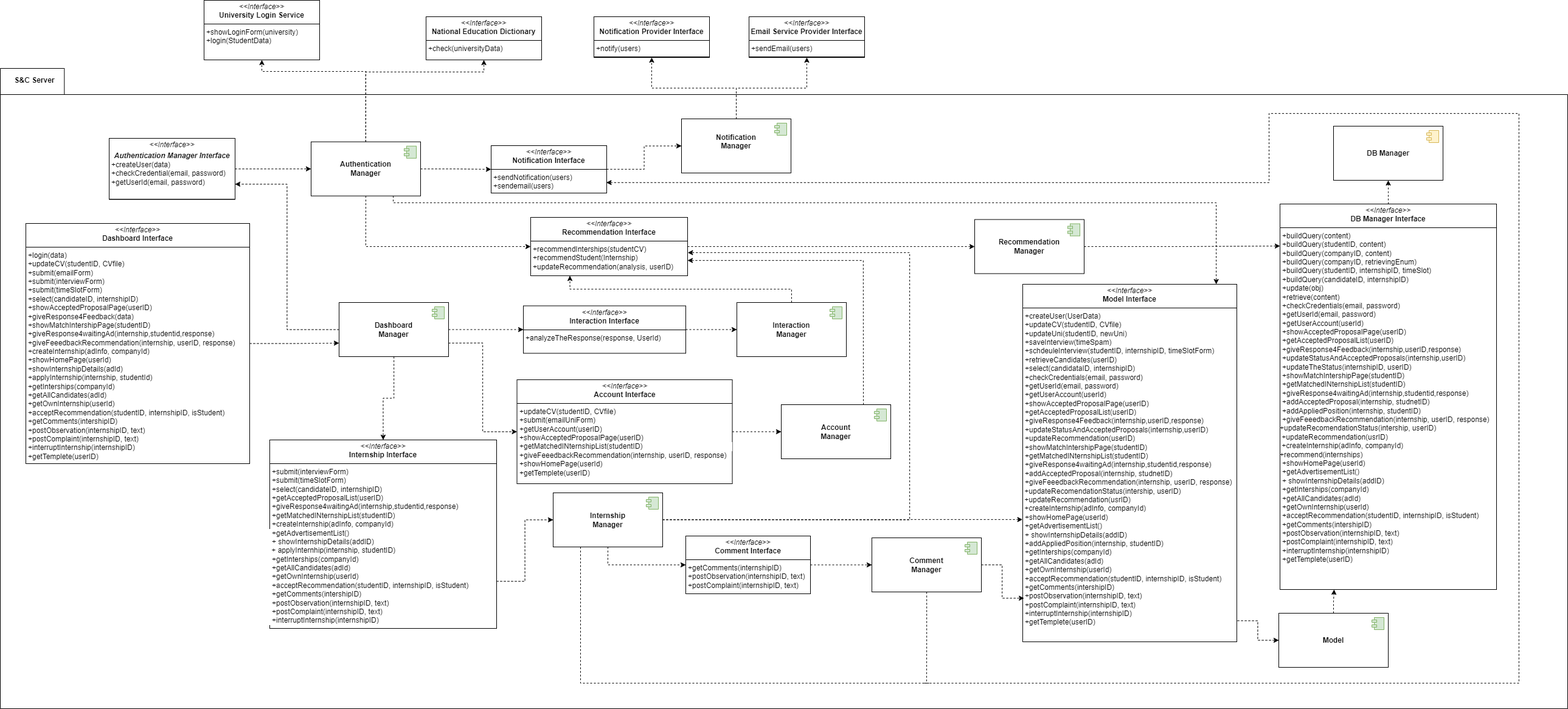
Above: DD_figures/ComponentInterfaces.drawio.png in alesalv0/RattiSalvatoreYalcin (draw.io), before the change. Source tidied: cells renumbered, new cells last; positions are measured from the earlier drawing's top-left corner, leaving out a move shared by most shapes.
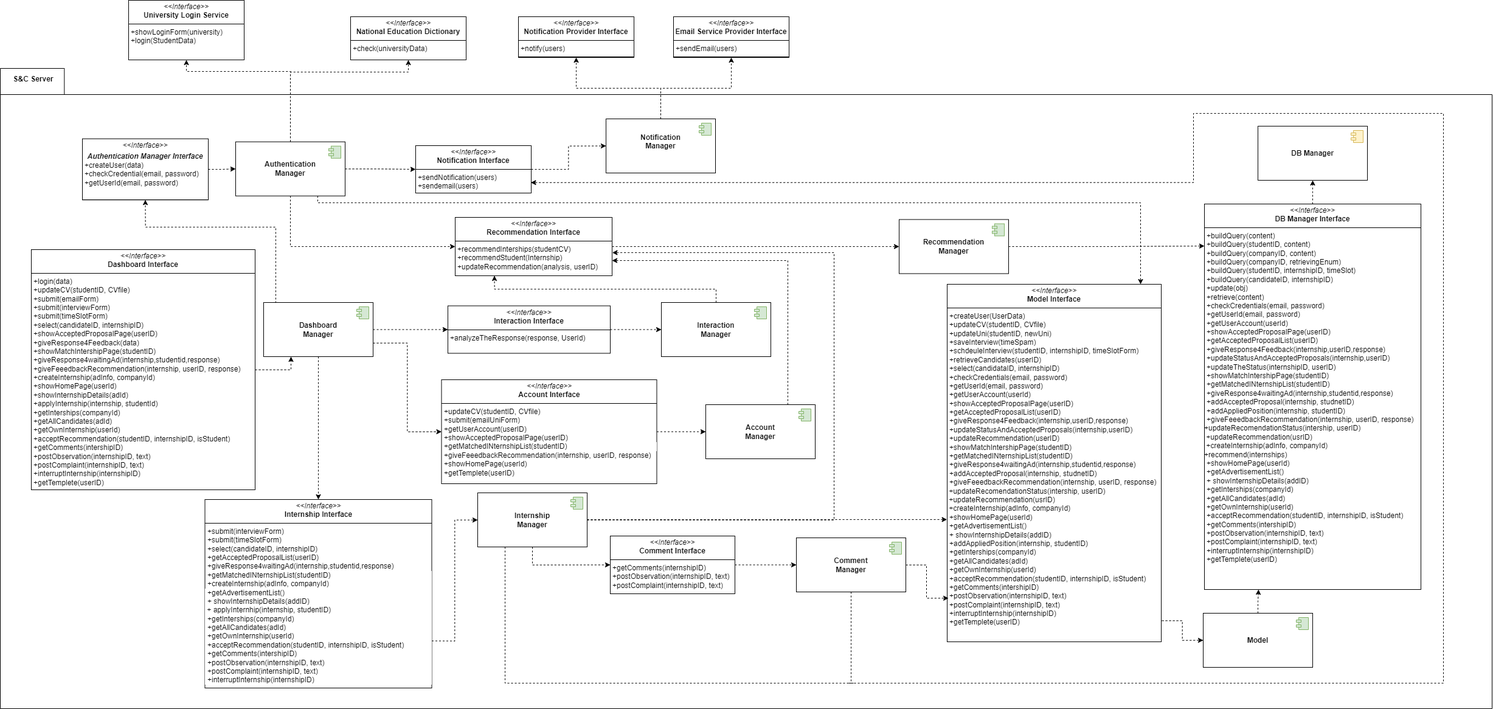
Later version of the same file.

Commit message:
component interface diagram over. Architectural decision adding. component view diagram adjusted.

The edit, as a diff of the source:
```diff
@@ -3,7 +3,7 @@
     <mxCell id="0" />
     <mxCell id="1" parent="0" />
     <mxCell id="2" value="&lt;div&gt;&lt;span style=&quot;font-weight: normal;&quot;&gt;&lt;br&gt;&lt;/span&gt;&lt;/div&gt;" style="shape=folder;fontStyle=1;spacingTop=10;tabWidth=92;tabHeight=43;tabPosition=left;html=1;whiteSpace=wrap;" parent="1" vertex="1">
-      <mxGeometry y="112" width="2577" height="1053" as="geometry" />
+      <mxGeometry x="124" y="112" width="2453" height="1053" as="geometry" />
     </mxCell>
     <mxCell id="3" value="&lt;b&gt;DB Manager&lt;/b&gt;" style="html=1;whiteSpace=wrap;" parent="1" vertex="1">
       <mxGeometry x="2192" y="207" width="180" height="89" as="geometry" />
@@ -51,8 +51,14 @@
         <mxPoint x="-27" y="7" as="offset" />
       </mxGeometry>
     </mxCell>
-    <mxCell id="12" style="edgeStyle=orthogonalEdgeStyle;rounded=0;jettySize=auto;html=1;entryX=1;entryY=0.75;entryDx=0;entryDy=0;dashed=1;" parent="1" edge="1" source="16" target="50">
-      <mxGeometry relative="1" as="geometry" />
+    <mxCell id="12" style="edgeStyle=orthogonalEdgeStyle;rounded=0;jettySize=auto;html=1;entryX=0.5;entryY=1;entryDx=0;entryDy=0;dashed=1;exitX=0.25;exitY=0;exitDx=0;exitDy=0;" parent="1" edge="1" source="16" target="50">
+      <mxGeometry relative="1" as="geometry">
+        <Array as="points">
+          <mxPoint x="577" y="497" />
+          <mxPoint x="577" y="373" />
+          <mxPoint x="363" y="373" />
+        </Array>
+      </mxGeometry>
     </mxCell>
     <mxCell id="13" style="edgeStyle=orthogonalEdgeStyle;rounded=0;jettySize=auto;html=1;entryX=0.5;entryY=0;entryDx=0;entryDy=0;dashed=1;" parent="1" edge="1" source="16" target="60">
       <mxGeometry relative="1" as="geometry" />
@@ -206,13 +212,13 @@
       <mxGeometry relative="1" as="geometry" />
     </mxCell>
     <mxCell id="50" value="&lt;p style=&quot;margin:0px;margin-top:4px;text-align:center;&quot;&gt;&lt;i&gt;&amp;lt;&amp;lt;Interface&amp;gt;&amp;gt;&lt;/i&gt;&lt;/p&gt;&lt;p style=&quot;margin:0px;margin-top:4px;text-align:center;&quot;&gt;&lt;i&gt;&lt;b&gt;Authentication Manager Interface&lt;/b&gt;&lt;/i&gt;&lt;/p&gt;&lt;p style=&quot;margin:0px;margin-left:4px;&quot;&gt;&lt;span style=&quot;background-color: transparent; color: light-dark(rgb(0, 0, 0), rgb(255, 255, 255));&quot;&gt;+createUser(data)&lt;/span&gt;&lt;/p&gt;&lt;p style=&quot;margin:0px;margin-left:4px;&quot;&gt;&lt;span style=&quot;background-color: transparent; color: light-dark(rgb(0, 0, 0), rgb(255, 255, 255));&quot;&gt;+checkCredential(email, password)&lt;/span&gt;&lt;/p&gt;&lt;p style=&quot;margin:0px;margin-left:4px;&quot;&gt;&lt;span style=&quot;background-color: transparent; color: light-dark(rgb(0, 0, 0), rgb(255, 255, 255));&quot;&gt;+getUserId(email, password)&lt;/span&gt;&lt;/p&gt;&lt;p style=&quot;margin:0px;margin-left:4px;&quot;&gt;&lt;span style=&quot;background-color: transparent; color: light-dark(rgb(0, 0, 0), rgb(255, 255, 255));&quot;&gt;&lt;br&gt;&lt;/span&gt;&lt;/p&gt;&lt;hr size=&quot;1&quot; style=&quot;border-style:solid;&quot;&gt;&lt;p style=&quot;margin:0px;margin-left:4px;&quot;&gt;&lt;br&gt;&lt;/p&gt;" style="verticalAlign=top;align=left;overflow=fill;html=1;whiteSpace=wrap;" parent="1" vertex="1">
-      <mxGeometry x="179" y="227" width="207" height="100.5" as="geometry" />
+      <mxGeometry x="259" y="227.8" width="207" height="100.5" as="geometry" />
     </mxCell>
-    <mxCell id="51" style="edgeStyle=orthogonalEdgeStyle;rounded=0;jettySize=auto;html=1;entryX=0;entryY=0.75;entryDx=0;entryDy=0;dashed=1;" parent="1" edge="1" source="52" target="16">
+    <mxCell id="51" style="edgeStyle=orthogonalEdgeStyle;rounded=0;jettySize=auto;html=1;entryX=0.25;entryY=1;entryDx=0;entryDy=0;dashed=1;" parent="1" edge="1" source="52" target="16">
       <mxGeometry relative="1" as="geometry" />
     </mxCell>
     <mxCell id="52" value="&lt;p style=&quot;margin:0px;margin-top:4px;text-align:center;&quot;&gt;&lt;i&gt;&amp;lt;&amp;lt;Interface&amp;gt;&amp;gt;&lt;/i&gt;&lt;br&gt;&lt;b&gt;Dashboard Interface&lt;/b&gt;&lt;/p&gt;&lt;hr size=&quot;1&quot; style=&quot;border-style:solid;&quot;&gt;&lt;p style=&quot;margin: 0px 0px 0px 4px;&quot;&gt;+login(data)&lt;/p&gt;&lt;p style=&quot;margin:0px;margin-left:4px;&quot;&gt;+updateCV(studentID, CVfile)&lt;/p&gt;&lt;p style=&quot;margin:0px;margin-left:4px;&quot;&gt;+submit(emailForm)&lt;/p&gt;&lt;p style=&quot;margin:0px;margin-left:4px;&quot;&gt;+submit(interviewForm)&lt;/p&gt;&lt;p style=&quot;margin:0px;margin-left:4px;&quot;&gt;+submit(timeSlotForm)&lt;/p&gt;&lt;p style=&quot;margin:0px;margin-left:4px;&quot;&gt;+select(candidateID, internshipID)&lt;/p&gt;&lt;p style=&quot;margin:0px;margin-left:4px;&quot;&gt;+showAcceptedProposalPage(userID)&lt;/p&gt;&lt;p style=&quot;margin:0px;margin-left:4px;&quot;&gt;+giveResponse4Feedback(data)&lt;span style=&quot;white-space: pre;&quot;&gt;&#9;&lt;/span&gt;&lt;/p&gt;&lt;p style=&quot;margin:0px;margin-left:4px;&quot;&gt;+showMatchIntershipPage(studentID)&lt;/p&gt;&lt;p style=&quot;margin:0px;margin-left:4px;&quot;&gt;&lt;/p&gt;&lt;p style=&quot;margin: 0px 0px 0px 4px;&quot;&gt;+giveResponse4waitingAd(internship,studentid,response)&lt;/p&gt;&lt;p style=&quot;margin:0px;margin-left:4px;&quot;&gt;&lt;span style=&quot;background-color: transparent; color: light-dark(rgb(0, 0, 0), rgb(255, 255, 255));&quot;&gt;+giveFeeedbackRecommendation(internship, userID, response)&lt;/span&gt;&lt;/p&gt;&lt;p style=&quot;margin:0px;margin-left:4px;&quot;&gt;+createInternship(adInfo, companyId)&lt;/p&gt;&lt;p style=&quot;margin:0px;margin-left:4px;&quot;&gt;+showHomePage(userId)&lt;/p&gt;&lt;p style=&quot;margin:0px;margin-left:4px;&quot;&gt;+showInternshipDetails(adId)&lt;/p&gt;&lt;p style=&quot;margin:0px;margin-left:4px;&quot;&gt;+applyInternship(internship, studentId)&lt;/p&gt;&lt;p style=&quot;margin:0px;margin-left:4px;&quot;&gt;+getInterships(companyId)&lt;/p&gt;&lt;p style=&quot;margin:0px;margin-left:4px;&quot;&gt;+getAllCandidates(adId)&lt;/p&gt;&lt;p style=&quot;margin:0px;margin-left:4px;&quot;&gt;+getOwnInternship(userId)&lt;/p&gt;&lt;p style=&quot;margin:0px;margin-left:4px;&quot;&gt;+acceptRecommendation(studentID, internshipID, isStudent)&lt;/p&gt;&lt;p style=&quot;margin:0px;margin-left:4px;&quot;&gt;+getComments(intershipID)&lt;/p&gt;&lt;p style=&quot;margin:0px;margin-left:4px;&quot;&gt;+postObservation(internshipID, text)&lt;/p&gt;&lt;p style=&quot;margin:0px;margin-left:4px;&quot;&gt;+postComplaint(internshipID, text)&lt;/p&gt;&lt;p style=&quot;margin:0px;margin-left:4px;&quot;&gt;+interruptInternship(internshipID)&lt;/p&gt;&lt;p style=&quot;margin:0px;margin-left:4px;&quot;&gt;+getTemplete(userID)&lt;/p&gt;" style="verticalAlign=top;align=left;overflow=fill;html=1;whiteSpace=wrap;" parent="1" vertex="1">
-      <mxGeometry x="42" y="367" width="368" height="395" as="geometry" />
+      <mxGeometry x="175" y="410" width="368" height="395" as="geometry" />
     </mxCell>
     <mxCell id="53" value="&lt;p style=&quot;margin:0px;margin-top:4px;text-align:center;&quot;&gt;&lt;i&gt;&amp;lt;&amp;lt;Interface&amp;gt;&amp;gt;&lt;/i&gt;&lt;br&gt;&lt;b&gt;University Login Service&lt;/b&gt;&lt;/p&gt;&lt;hr size=&quot;1&quot; style=&quot;border-style:solid;&quot;&gt;&lt;p style=&quot;margin:0px;margin-left:4px;&quot;&gt;&lt;/p&gt;&lt;p style=&quot;margin:0px;margin-left:4px;&quot;&gt;&lt;/p&gt;&lt;p style=&quot;margin: 0px 0px 0px 4px;&quot;&gt;+showLoginForm(university)&lt;/p&gt;&lt;p style=&quot;margin: 0px 0px 0px 4px;&quot;&gt;&lt;/p&gt;&lt;p style=&quot;margin: 0px 0px 0px 4px;&quot;&gt;+login(StudentData)&lt;/p&gt;" style="verticalAlign=top;align=left;overflow=fill;html=1;whiteSpace=wrap;" parent="1" vertex="1">
       <mxGeometry x="335" width="190" height="98" as="geometry" />
@@ -236,7 +242,7 @@
       <mxGeometry relative="1" as="geometry" />
     </mxCell>
     <mxCell id="60" value="&lt;p style=&quot;margin:0px;margin-top:4px;text-align:center;&quot;&gt;&lt;i&gt;&amp;lt;&amp;lt;Interface&amp;gt;&amp;gt;&lt;/i&gt;&lt;br&gt;&lt;b&gt;Internship Interface&lt;/b&gt;&lt;/p&gt;&lt;hr size=&quot;1&quot; style=&quot;border-style:solid;&quot;&gt;&lt;p style=&quot;margin: 0px 0px 0px 4px;&quot;&gt;+submit(interviewForm)&lt;/p&gt;&lt;p style=&quot;margin: 0px 0px 0px 4px;&quot;&gt;+submit(timeSlotForm)&lt;/p&gt;&lt;div&gt;&lt;p style=&quot;margin: 0px 0px 0px 4px;&quot;&gt;+select(candidateID, internshipID)&lt;/p&gt;&lt;p style=&quot;margin: 0px 0px 0px 4px;&quot;&gt;+getAcceptedProposalList(userID)&lt;/p&gt;&lt;p style=&quot;margin: 0px 0px 0px 4px;&quot;&gt;&lt;span style=&quot;background-color: transparent; color: light-dark(rgb(0, 0, 0), rgb(255, 255, 255));&quot;&gt;+giveResponse4waitingAd(internship,studentid,response)&lt;/span&gt;&lt;/p&gt;&lt;p style=&quot;color: rgb(0, 0, 0); background-color: rgb(255, 255, 255); margin: 0px 0px 0px 4px;&quot;&gt;+getMatchedINternshipList(studentID)&lt;/p&gt;&lt;p style=&quot;color: rgb(0, 0, 0); background-color: rgb(255, 255, 255); margin: 0px 0px 0px 4px;&quot;&gt;&lt;span style=&quot;background-color: light-dark(rgb(255, 255, 255), rgb(18, 18, 18)); color: light-dark(rgb(0, 0, 0), rgb(237, 237, 237));&quot;&gt;+&lt;/span&gt;&lt;span style=&quot;color: light-dark(rgb(0, 0, 0), rgb(255, 255, 255)); background-color: transparent;&quot;&gt;createInternship(adInfo, companyId)&lt;/span&gt;&lt;/p&gt;&lt;/div&gt;&lt;div style=&quot;color: rgb(0, 0, 0); background-color: rgb(255, 255, 255);&quot;&gt;&lt;span style=&quot;background-color: transparent; color: light-dark(rgb(0, 0, 0), rgb(255, 255, 255));&quot;&gt;&lt;p style=&quot;margin: 0px 0px 0px 4px;&quot;&gt;+getAdvertisementList()&lt;/p&gt;&lt;p style=&quot;margin: 0px 0px 0px 4px;&quot;&gt;+ showInternshipDetails(addID)&lt;/p&gt;&lt;div&gt;&amp;nbsp;+ applyInternhip(internship, studentID)&lt;/div&gt;&lt;div&gt;&lt;p style=&quot;margin: 0px 0px 0px 4px;&quot;&gt;+getInterships(companyId)&lt;/p&gt;&lt;p style=&quot;margin: 0px 0px 0px 4px;&quot;&gt;+getAllCandidates(adId)&lt;/p&gt;&lt;p style=&quot;margin: 0px 0px 0px 4px;&quot;&gt;&lt;span style=&quot;background-color: light-dark(rgb(255, 255, 255), rgb(18, 18, 18)); color: light-dark(rgb(0, 0, 0), rgb(237, 237, 237));&quot;&gt;+getOwnInternship(userId)&lt;/span&gt;&lt;/p&gt;&lt;p style=&quot;margin: 0px 0px 0px 4px;&quot;&gt;&lt;span style=&quot;background-color: light-dark(rgb(255, 255, 255), rgb(18, 18, 18)); color: light-dark(rgb(0, 0, 0), rgb(237, 237, 237));&quot;&gt;+acceptRecommendation(studentID, internshipID, isStudent)&lt;/span&gt;&lt;/p&gt;&lt;p style=&quot;margin: 0px 0px 0px 4px;&quot;&gt;&lt;span style=&quot;background-color: light-dark(rgb(255, 255, 255), rgb(18, 18, 18)); color: light-dark(rgb(0, 0, 0), rgb(237, 237, 237));&quot;&gt;+getComments(intershipID)&lt;/span&gt;&lt;/p&gt;&lt;p style=&quot;margin: 0px 0px 0px 4px;&quot;&gt;&lt;span style=&quot;background-color: light-dark(rgb(255, 255, 255), rgb(18, 18, 18)); color: light-dark(rgb(0, 0, 0), rgb(237, 237, 237));&quot;&gt;+postObservation(internshipID, text)&lt;/span&gt;&lt;/p&gt;&lt;p style=&quot;margin: 0px 0px 0px 4px;&quot;&gt;+postComplaint(internshipID, text)&lt;/p&gt;&lt;p style=&quot;margin: 0px 0px 0px 4px;&quot;&gt;+interruptInternship(internshipID)&lt;/p&gt;&lt;/div&gt;&lt;/span&gt;&lt;/div&gt;&lt;hr size=&quot;1&quot; style=&quot;border-style:solid;&quot;&gt;&lt;p style=&quot;margin:0px;margin-left:4px;&quot;&gt;&lt;br&gt;&lt;/p&gt;" style="verticalAlign=top;align=left;overflow=fill;html=1;whiteSpace=wrap;" parent="1" vertex="1">
-      <mxGeometry x="443" y="723" width="373" height="310" as="geometry" />
+      <mxGeometry x="460.5" y="821" width="373" height="310" as="geometry" />
     </mxCell>
     <mxCell id="61" style="edgeStyle=orthogonalEdgeStyle;rounded=0;jettySize=auto;html=1;entryX=0;entryY=0.5;entryDx=0;entryDy=0;dashed=1;" parent="1" edge="1" source="62" target="37">
       <mxGeometry relative="1" as="geometry" />
@@ -263,7 +269,7 @@
       <mxGeometry relative="1" as="geometry" />
     </mxCell>
     <mxCell id="69" value="&lt;b&gt;S&amp;amp;C Server&lt;/b&gt;" style="text;html=1;align=center;verticalAlign=middle;strokeColor=none;fillColor=none;" parent="1" vertex="1">
-      <mxGeometry x="14" y="119" width="84" height="26" as="geometry" />
+      <mxGeometry x="136" y="117" width="84" height="26" as="geometry" />
     </mxCell>
   </root>
 </mxGraphModel>
```
